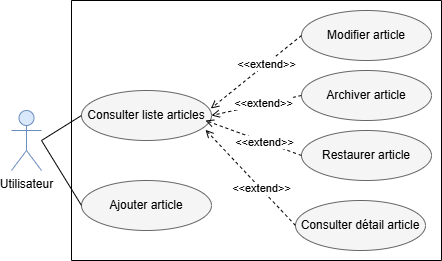
Before: Images/Diagramme Base de connaissance.drawio.png, a diagram exported from draw.io (rihab-dev/Rapport-PFE). Source tidied: cells renumbered, new cells last; positions are measured from the earlier drawing's top-left corner, leaving out a move shared by most shapes. Source of this version:
```xml
<mxGraphModel>
  <root>
    <mxCell id="0" />
    <mxCell id="1" parent="0" />
    <mxCell id="2" value="&lt;div style=&quot;text-align: start;&quot;&gt;&lt;span style=&quot;background-color: transparent; color: light-dark(rgb(0, 0, 0), rgb(237, 237, 237));&quot;&gt;Ajouter article&lt;/span&gt;&lt;/div&gt;" style="ellipse;whiteSpace=wrap;html=1;fillColor=#f5f5f5;fontColor=#000000;strokeColor=#666666;" parent="1" vertex="1">
      <mxGeometry x="70" y="180" width="130" height="50" as="geometry" />
    </mxCell>
    <mxCell id="3" value="&lt;div style=&quot;text-align: start;&quot;&gt;&lt;span style=&quot;background-color: transparent; color: light-dark(rgb(0, 0, 0), rgb(237, 237, 237));&quot;&gt;Modifier article&lt;/span&gt;&lt;/div&gt;" style="ellipse;whiteSpace=wrap;html=1;fillColor=#f5f5f5;fontColor=#000000;strokeColor=#666666;" parent="1" vertex="1">
      <mxGeometry x="290" y="10" width="130" height="50" as="geometry" />
    </mxCell>
    <mxCell id="4" value="&lt;div style=&quot;text-align: start;&quot;&gt;Archiver article&lt;/div&gt;" style="ellipse;whiteSpace=wrap;html=1;fillColor=#f5f5f5;fontColor=#000000;strokeColor=#666666;" parent="1" vertex="1">
      <mxGeometry x="290" y="70" width="130" height="50" as="geometry" />
    </mxCell>
    <mxCell id="5" value="Utilisateur" style="shape=umlActor;verticalLabelPosition=bottom;verticalAlign=top;html=1;fillColor=#dae8fc;strokeColor=#6c8ebf;" parent="1" vertex="1">
      <mxGeometry y="110" width="30" height="60" as="geometry" />
    </mxCell>
    <mxCell id="6" value="&lt;div style=&quot;text-align: start;&quot;&gt;&lt;span style=&quot;background-color: transparent; color: light-dark(rgb(0, 0, 0), rgb(237, 237, 237));&quot;&gt;Consulter liste articles&lt;/span&gt;&lt;/div&gt;" style="ellipse;whiteSpace=wrap;html=1;fillColor=#f5f5f5;fontColor=#000000;strokeColor=#666666;" parent="1" vertex="1">
      <mxGeometry x="70" y="90" width="130" height="50" as="geometry" />
    </mxCell>
    <mxCell id="7" value="&lt;div style=&quot;text-align: start;&quot;&gt;Restaurer article&lt;/div&gt;" style="ellipse;whiteSpace=wrap;html=1;fillColor=#f5f5f5;fontColor=#000000;strokeColor=#666666;" parent="1" vertex="1">
      <mxGeometry x="290" y="130" width="130" height="50" as="geometry" />
    </mxCell>
    <mxCell id="8" style="endArrow=open;html=1;rounded=0;exitX=0;exitY=0.5;exitDx=0;exitDy=0;entryX=0.995;entryY=0.36;entryDx=0;entryDy=0;endFill=0;dashed=1;entryPerimeter=0;" parent="1" edge="1" source="3" target="6">
      <mxGeometry relative="1" as="geometry" />
    </mxCell>
    <mxCell id="9" value="&amp;lt;&amp;lt;extend&amp;gt;&amp;gt;" style="edgeLabel;html=1;align=center;verticalAlign=middle;" parent="8" vertex="1">
      <mxGeometry x="-0.22" relative="1" as="geometry" />
    </mxCell>
    <mxCell id="10" style="endArrow=open;html=1;rounded=0;exitX=0;exitY=0.5;exitDx=0;exitDy=0;endFill=0;dashed=1;" parent="1" edge="1" source="4">
      <mxGeometry relative="1" as="geometry">
        <mxPoint x="200" y="115" as="targetPoint" />
      </mxGeometry>
    </mxCell>
    <mxCell id="11" value="&amp;lt;&amp;lt;extend&amp;gt;&amp;gt;" style="edgeLabel;html=1;align=center;verticalAlign=middle;" parent="10" vertex="1">
      <mxGeometry x="-0.22" relative="1" as="geometry">
        <mxPoint x="-3" as="offset" />
      </mxGeometry>
    </mxCell>
    <mxCell id="12" style="endArrow=open;html=1;rounded=0;exitX=0;exitY=0.5;exitDx=0;exitDy=0;endFill=0;dashed=1;fontStyle=1;" parent="1" edge="1" source="7">
      <mxGeometry relative="1" as="geometry">
        <mxPoint x="194" y="120" as="targetPoint" />
      </mxGeometry>
    </mxCell>
    <mxCell id="13" value="&amp;lt;&amp;lt;extend&amp;gt;&amp;gt;" style="edgeLabel;html=1;align=center;verticalAlign=middle;" parent="12" vertex="1">
      <mxGeometry x="-0.22" relative="1" as="geometry" />
    </mxCell>
    <mxCell id="14" style="endArrow=none;html=1;rounded=0;entryX=0;entryY=0.5;entryDx=0;entryDy=0;" parent="1" edge="1" target="6">
      <mxGeometry relative="1" as="geometry">
        <mxPoint x="30" y="140" as="sourcePoint" />
      </mxGeometry>
    </mxCell>
    <mxCell id="15" style="endArrow=none;html=1;rounded=0;entryX=0;entryY=0.5;entryDx=0;entryDy=0;" parent="1" edge="1" target="2">
      <mxGeometry relative="1" as="geometry">
        <mxPoint x="30" y="140" as="sourcePoint" />
      </mxGeometry>
    </mxCell>
    <mxCell id="16" value="&lt;div style=&quot;text-align: start;&quot;&gt;Consulter détail article&lt;/div&gt;" style="ellipse;whiteSpace=wrap;html=1;fillColor=#f5f5f5;fontColor=#000000;strokeColor=#666666;" parent="1" vertex="1">
      <mxGeometry x="284" y="200" width="130" height="50" as="geometry" />
    </mxCell>
    <mxCell id="17" style="endArrow=open;html=1;rounded=0;exitX=0;exitY=0.5;exitDx=0;exitDy=0;endFill=0;dashed=1;entryX=0.954;entryY=0.787;entryDx=0;entryDy=0;entryPerimeter=0;" parent="1" edge="1" source="16" target="6">
      <mxGeometry relative="1" as="geometry" />
    </mxCell>
    <mxCell id="18" value="&amp;lt;&amp;lt;extend&amp;gt;&amp;gt;" style="edgeLabel;html=1;align=center;verticalAlign=middle;" parent="17" vertex="1">
      <mxGeometry x="-0.22" relative="1" as="geometry" />
    </mxCell>
    <mxCell id="19" style="swimlane;startSize=0;" parent="1" vertex="1">
      <mxGeometry x="60" width="370" height="260" as="geometry" />
    </mxCell>
  </root>
</mxGraphModel>
```
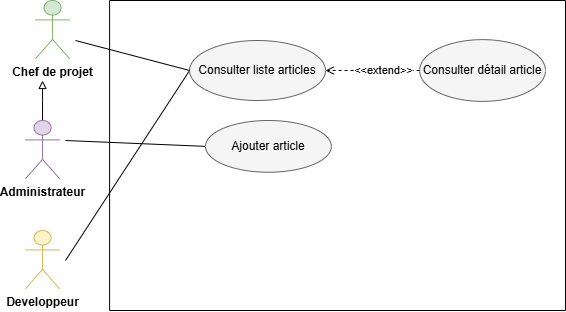
The same file after the commit.

Diff of the diagram source:
```diff
@@ -2,69 +2,52 @@
   <root>
     <mxCell id="0" />
     <mxCell id="1" parent="0" />
-    <mxCell id="2" value="&lt;div style=&quot;text-align: start;&quot;&gt;&lt;span style=&quot;background-color: transparent; color: light-dark(rgb(0, 0, 0), rgb(237, 237, 237));&quot;&gt;Ajouter article&lt;/span&gt;&lt;/div&gt;" style="ellipse;whiteSpace=wrap;html=1;fillColor=#f5f5f5;fontColor=#000000;strokeColor=#666666;" parent="1" vertex="1">
-      <mxGeometry x="70" y="180" width="130" height="50" as="geometry" />
-    </mxCell>
-    <mxCell id="3" value="&lt;div style=&quot;text-align: start;&quot;&gt;&lt;span style=&quot;background-color: transparent; color: light-dark(rgb(0, 0, 0), rgb(237, 237, 237));&quot;&gt;Modifier article&lt;/span&gt;&lt;/div&gt;" style="ellipse;whiteSpace=wrap;html=1;fillColor=#f5f5f5;fontColor=#000000;strokeColor=#666666;" parent="1" vertex="1">
-      <mxGeometry x="290" y="10" width="130" height="50" as="geometry" />
-    </mxCell>
-    <mxCell id="4" value="&lt;div style=&quot;text-align: start;&quot;&gt;Archiver article&lt;/div&gt;" style="ellipse;whiteSpace=wrap;html=1;fillColor=#f5f5f5;fontColor=#000000;strokeColor=#666666;" parent="1" vertex="1">
-      <mxGeometry x="290" y="70" width="130" height="50" as="geometry" />
-    </mxCell>
-    <mxCell id="5" value="Utilisateur" style="shape=umlActor;verticalLabelPosition=bottom;verticalAlign=top;html=1;fillColor=#dae8fc;strokeColor=#6c8ebf;" parent="1" vertex="1">
-      <mxGeometry y="110" width="30" height="60" as="geometry" />
-    </mxCell>
+    <mxCell id="20" value="&lt;b&gt;Developpeur&lt;/b&gt;" style="shape=umlActor;verticalLabelPosition=bottom;verticalAlign=top;html=1;fillColor=#fff2cc;strokeColor=#d6b656;" parent="1" vertex="1">
+      <mxGeometry x="850" y="1510" width="34.1" height="58.3" as="geometry" />
+    </mxCell>
+    <mxCell id="21" style="endArrow=none;html=1;rounded=0;entryX=0;entryY=0.5;entryDx=0;entryDy=0;" parent="1" edge="1" target="6">
+      <mxGeometry relative="1" as="geometry">
+        <mxPoint x="890" y="1540" as="sourcePoint" />
+      </mxGeometry>
+    </mxCell>
+    <mxCell id="22" style="endArrow=none;html=1;rounded=0;entryX=0;entryY=0.5;entryDx=0;entryDy=0;" parent="1" edge="1" target="2">
+      <mxGeometry relative="1" as="geometry">
+        <mxPoint x="890" y="1420" as="sourcePoint" />
+      </mxGeometry>
+    </mxCell>
+    <mxCell id="23" style="swimlane;startSize=0;" parent="1" vertex="1">
+      <mxGeometry x="934.1" y="1280" width="455.9" height="310" as="geometry" />
+    </mxCell>
-    <mxCell id="6" value="&lt;div style=&quot;text-align: start;&quot;&gt;&lt;span style=&quot;background-color: transparent; color: light-dark(rgb(0, 0, 0), rgb(237, 237, 237));&quot;&gt;Consulter liste articles&lt;/span&gt;&lt;/div&gt;" style="ellipse;whiteSpace=wrap;html=1;fillColor=#f5f5f5;fontColor=#000000;strokeColor=#666666;" parent="1" vertex="1">
-      <mxGeometry x="70" y="90" width="130" height="50" as="geometry" />
+    <mxCell id="6" value="&lt;div style=&quot;text-align: start;&quot;&gt;&lt;span style=&quot;background-color: transparent; color: light-dark(rgb(0, 0, 0), rgb(237, 237, 237));&quot;&gt;Consulter liste articles&lt;/span&gt;&lt;/div&gt;" style="ellipse;whiteSpace=wrap;html=1;fillColor=#f5f5f5;fontColor=#000000;strokeColor=#666666;" parent="23" vertex="1">
+      <mxGeometry x="80" y="40" width="135.9" height="60" as="geometry" />
     </mxCell>
-    <mxCell id="7" value="&lt;div style=&quot;text-align: start;&quot;&gt;Restaurer article&lt;/div&gt;" style="ellipse;whiteSpace=wrap;html=1;fillColor=#f5f5f5;fontColor=#000000;strokeColor=#666666;" parent="1" vertex="1">
-      <mxGeometry x="290" y="130" width="130" height="50" as="geometry" />
-    </mxCell>
-    <mxCell id="8" style="endArrow=open;html=1;rounded=0;exitX=0;exitY=0.5;exitDx=0;exitDy=0;entryX=0.995;entryY=0.36;entryDx=0;entryDy=0;endFill=0;dashed=1;entryPerimeter=0;" parent="1" edge="1" source="3" target="6">
-      <mxGeometry relative="1" as="geometry" />
-    </mxCell>
-    <mxCell id="9" value="&amp;lt;&amp;lt;extend&amp;gt;&amp;gt;" style="edgeLabel;html=1;align=center;verticalAlign=middle;" parent="8" vertex="1">
-      <mxGeometry x="-0.22" relative="1" as="geometry" />
-    </mxCell>
-    <mxCell id="10" style="endArrow=open;html=1;rounded=0;exitX=0;exitY=0.5;exitDx=0;exitDy=0;endFill=0;dashed=1;" parent="1" edge="1" source="4">
-      <mxGeometry relative="1" as="geometry">
-        <mxPoint x="200" y="115" as="targetPoint" />
-      </mxGeometry>
-    </mxCell>
-    <mxCell id="11" value="&amp;lt;&amp;lt;extend&amp;gt;&amp;gt;" style="edgeLabel;html=1;align=center;verticalAlign=middle;" parent="10" vertex="1">
-      <mxGeometry x="-0.22" relative="1" as="geometry">
-        <mxPoint x="-3" as="offset" />
-      </mxGeometry>
-    </mxCell>
-    <mxCell id="12" style="endArrow=open;html=1;rounded=0;exitX=0;exitY=0.5;exitDx=0;exitDy=0;endFill=0;dashed=1;fontStyle=1;" parent="1" edge="1" source="7">
-      <mxGeometry relative="1" as="geometry">
-        <mxPoint x="194" y="120" as="targetPoint" />
-      </mxGeometry>
-    </mxCell>
-    <mxCell id="13" value="&amp;lt;&amp;lt;extend&amp;gt;&amp;gt;" style="edgeLabel;html=1;align=center;verticalAlign=middle;" parent="12" vertex="1">
-      <mxGeometry x="-0.22" relative="1" as="geometry" />
-    </mxCell>
-    <mxCell id="14" style="endArrow=none;html=1;rounded=0;entryX=0;entryY=0.5;entryDx=0;entryDy=0;" parent="1" edge="1" target="6">
-      <mxGeometry relative="1" as="geometry">
-        <mxPoint x="30" y="140" as="sourcePoint" />
-      </mxGeometry>
-    </mxCell>
-    <mxCell id="15" style="endArrow=none;html=1;rounded=0;entryX=0;entryY=0.5;entryDx=0;entryDy=0;" parent="1" edge="1" target="2">
-      <mxGeometry relative="1" as="geometry">
-        <mxPoint x="30" y="140" as="sourcePoint" />
-      </mxGeometry>
-    </mxCell>
-    <mxCell id="16" value="&lt;div style=&quot;text-align: start;&quot;&gt;Consulter détail article&lt;/div&gt;" style="ellipse;whiteSpace=wrap;html=1;fillColor=#f5f5f5;fontColor=#000000;strokeColor=#666666;" parent="1" vertex="1">
-      <mxGeometry x="284" y="200" width="130" height="50" as="geometry" />
+    <mxCell id="16" value="&lt;div style=&quot;text-align: start;&quot;&gt;Consulter détail article&lt;/div&gt;" style="ellipse;whiteSpace=wrap;html=1;fillColor=#f5f5f5;fontColor=#000000;strokeColor=#666666;" parent="23" vertex="1">
+      <mxGeometry x="310" y="39.1" width="125.9" height="61.7" as="geometry" />
     </mxCell>
-    <mxCell id="17" style="endArrow=open;html=1;rounded=0;exitX=0;exitY=0.5;exitDx=0;exitDy=0;endFill=0;dashed=1;entryX=0.954;entryY=0.787;entryDx=0;entryDy=0;entryPerimeter=0;" parent="1" edge="1" source="16" target="6">
+    <mxCell id="17" style="endArrow=open;html=1;rounded=0;exitX=0;exitY=0.5;exitDx=0;exitDy=0;endFill=0;dashed=1;entryX=1;entryY=0.5;entryDx=0;entryDy=0;" parent="23" edge="1" source="16" target="6">
       <mxGeometry relative="1" as="geometry" />
     </mxCell>
-    <mxCell id="18" value="&amp;lt;&amp;lt;extend&amp;gt;&amp;gt;" style="edgeLabel;html=1;align=center;verticalAlign=middle;" parent="17" vertex="1">
-      <mxGeometry x="-0.22" relative="1" as="geometry" />
-    </mxCell>
-    <mxCell id="19" style="swimlane;startSize=0;" parent="1" vertex="1">
-      <mxGeometry x="60" width="370" height="260" as="geometry" />
-    </mxCell>
+    <mxCell id="24" value="&amp;lt;&amp;lt;extend&amp;gt;&amp;gt;" style="edgeLabel;html=1;align=center;verticalAlign=middle;" parent="17" vertex="1">
+      <mxGeometry x="-0.22" relative="1" as="geometry" />
+    </mxCell>
+    <mxCell id="2" value="&lt;div style=&quot;text-align: start;&quot;&gt;&lt;span style=&quot;background-color: transparent; color: light-dark(rgb(0, 0, 0), rgb(237, 237, 237));&quot;&gt;Ajouter article&lt;/span&gt;&lt;/div&gt;" style="ellipse;whiteSpace=wrap;html=1;fillColor=#f5f5f5;fontColor=#000000;strokeColor=#666666;" parent="23" vertex="1">
+      <mxGeometry x="95.9" y="120" width="125.9" height="51.7" as="geometry" />
+    </mxCell>
+    <mxCell id="25" style="endArrow=none;html=1;rounded=0;entryX=0;entryY=0.5;entryDx=0;entryDy=0;" parent="23" edge="1" target="6">
+      <mxGeometry relative="1" as="geometry">
+        <mxPoint x="-34.1" y="40" as="sourcePoint" />
+      </mxGeometry>
+    </mxCell>
+    <mxCell id="26" value="&lt;b&gt;Chef de projet&lt;/b&gt;" style="shape=umlActor;verticalLabelPosition=bottom;verticalAlign=top;html=1;fillColor=#d5e8d4;strokeColor=#82b366;" parent="1" vertex="1">
+      <mxGeometry x="860" y="1280" width="34.1" height="58.3" as="geometry" />
+    </mxCell>
+    <mxCell id="27" style="edgeStyle=orthogonalEdgeStyle;rounded=0;jettySize=auto;html=1;endArrow=block;endFill=0;" parent="1" edge="1" source="28">
+      <mxGeometry relative="1" as="geometry">
+        <mxPoint x="867" y="1360" as="targetPoint" />
+      </mxGeometry>
+    </mxCell>
+    <mxCell id="28" value="&lt;b&gt;Administrateur&lt;/b&gt;" style="shape=umlActor;verticalLabelPosition=bottom;verticalAlign=top;html=1;outlineConnect=0;fillColor=#e1d5e7;strokeColor=#9673a6;" parent="1" vertex="1">
+      <mxGeometry x="850" y="1400" width="34.1" height="58.3" as="geometry" />
+    </mxCell>
   </root>
 </mxGraphModel>
```
